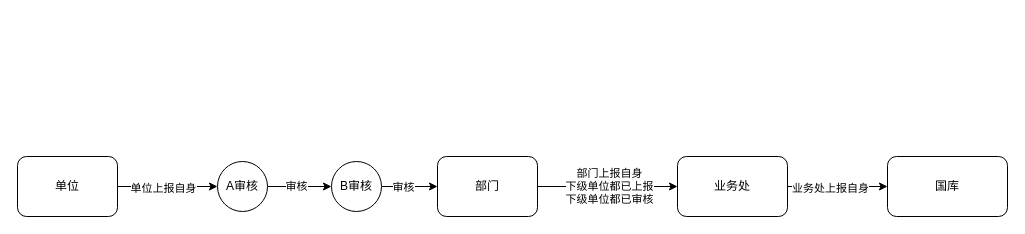
The draw.io diagram 普通审核.drawio in 1148118271/images, before the edit. Source tidied: cells renumbered, new cells numbered last; positions are measured from the earlier drawing's top-left corner, leaving out a move shared by most shapes. Both pictures are drawn from the tidied source at 100%, with x=0, y=0 at pixel (17, 156).
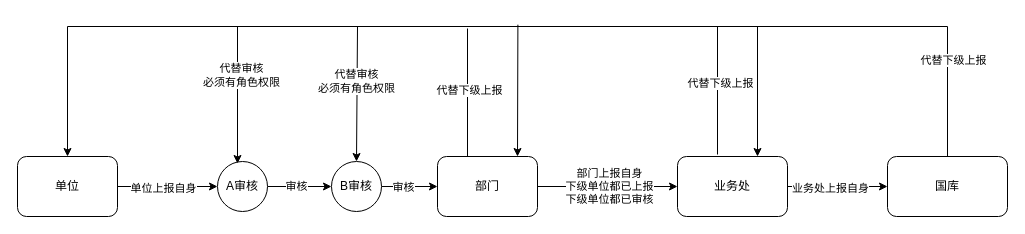
Above is the later version.

Commit message:
更新普通审核.drawio

Unchanged cells that the change refers to:
```xml
<mxCell id="4" value="单位" style="rounded=1;whiteSpace=wrap;html=1;" parent="1" vertex="1">
  <mxGeometry width="100" height="60" as="geometry" />
</mxCell>
<mxCell id="7" value="国库" style="rounded=1;whiteSpace=wrap;html=1;" parent="1" vertex="1">
  <mxGeometry x="870" width="120" height="60" as="geometry" />
</mxCell>
<mxCell id="13" value="B审核" style="ellipse;whiteSpace=wrap;html=1;" parent="1" vertex="1">
  <mxGeometry x="314" y="5" width="50" height="50" as="geometry" />
</mxCell>
```

The edit, as a diff of the source:
```diff
@@
+    <mxCell id="18" style="endArrow=classic;html=1;rounded=0;exitX=0.5;exitY=0;exitDx=0;exitDy=0;entryX=0.5;entryY=0;entryDx=0;entryDy=0;" parent="1" edge="1" source="7" target="4">
+      <mxGeometry relative="1" as="geometry">
+        <Array as="points">
+          <mxPoint x="930" y="-130" />
+          <mxPoint x="50" y="-130" />
+        </Array>
+      </mxGeometry>
+    </mxCell>
+    <mxCell id="19" value="代替下级上报" style="edgeLabel;html=1;align=center;verticalAlign=middle;" parent="18" vertex="1">
+      <mxGeometry x="-0.83" y="-5" relative="1" as="geometry" />
+    </mxCell>
+    <mxCell id="20" style="endArrow=classic;html=1;rounded=0;" parent="1" edge="1">
+      <mxGeometry relative="1" as="geometry">
+        <mxPoint x="740" y="-130" as="sourcePoint" />
+        <mxPoint x="740" as="targetPoint" />
+      </mxGeometry>
+    </mxCell>
+    <mxCell id="21" style="endArrow=classic;html=1;rounded=0;entryX=0.596;entryY=0.03;entryDx=0;entryDy=0;entryPerimeter=0;" parent="1" edge="1">
+      <mxGeometry relative="1" as="geometry">
+        <mxPoint x="500.4" y="-131.8" as="sourcePoint" />
+        <mxPoint x="500" as="targetPoint" />
+      </mxGeometry>
+    </mxCell>
+    <mxCell id="22" style="endArrow=classic;html=1;rounded=0;entryX=0.5;entryY=0;entryDx=0;entryDy=0;" parent="1" edge="1" target="13">
+      <mxGeometry relative="1" as="geometry">
+        <mxPoint x="340" y="-130" as="sourcePoint" />
+      </mxGeometry>
+    </mxCell>
+    <mxCell id="23" value="代替审核&lt;div&gt;必须有角色权限&lt;/div&gt;" style="edgeLabel;html=1;align=center;verticalAlign=middle;" parent="22" vertex="1">
+      <mxGeometry x="-0.19" y="-1" relative="1" as="geometry" />
+    </mxCell>
+    <mxCell id="24" style="endArrow=classic;html=1;rounded=0;" parent="1" edge="1">
+      <mxGeometry relative="1" as="geometry">
+        <mxPoint x="220" y="-130" as="sourcePoint" />
+        <mxPoint x="220" y="7" as="targetPoint" />
+      </mxGeometry>
+    </mxCell>
+    <mxCell id="25" value="代替审核&lt;div&gt;必须有角色权限&lt;/div&gt;" style="edgeLabel;html=1;align=center;verticalAlign=middle;" parent="24" vertex="1">
+      <mxGeometry x="-0.3" y="3" relative="1" as="geometry" />
+    </mxCell>
+    <mxCell id="26" style="endArrow=none;html=1;rounded=0;" parent="1" edge="1">
+      <mxGeometry relative="1" as="geometry">
+        <mxPoint x="700" y="-130" as="sourcePoint" />
+        <mxPoint x="700" y="-2" as="targetPoint" />
+      </mxGeometry>
+    </mxCell>
+    <mxCell id="27" value="代替下级上报" style="edgeLabel;html=1;align=center;verticalAlign=middle;" parent="26" vertex="1">
+      <mxGeometry x="-0.12" y="2" relative="1" as="geometry" />
+    </mxCell>
+    <mxCell id="28" style="endArrow=none;html=1;rounded=0;" parent="1" edge="1">
+      <mxGeometry relative="1" as="geometry">
+        <mxPoint x="450" y="-128" as="sourcePoint" />
+        <mxPoint x="450" as="targetPoint" />
+      </mxGeometry>
+    </mxCell>
+    <mxCell id="29" value="代替下级上报" style="edgeLabel;html=1;align=center;verticalAlign=middle;" parent="28" vertex="1">
+      <mxGeometry x="-0.05" y="1" relative="1" as="geometry" />
+    </mxCell>
```
